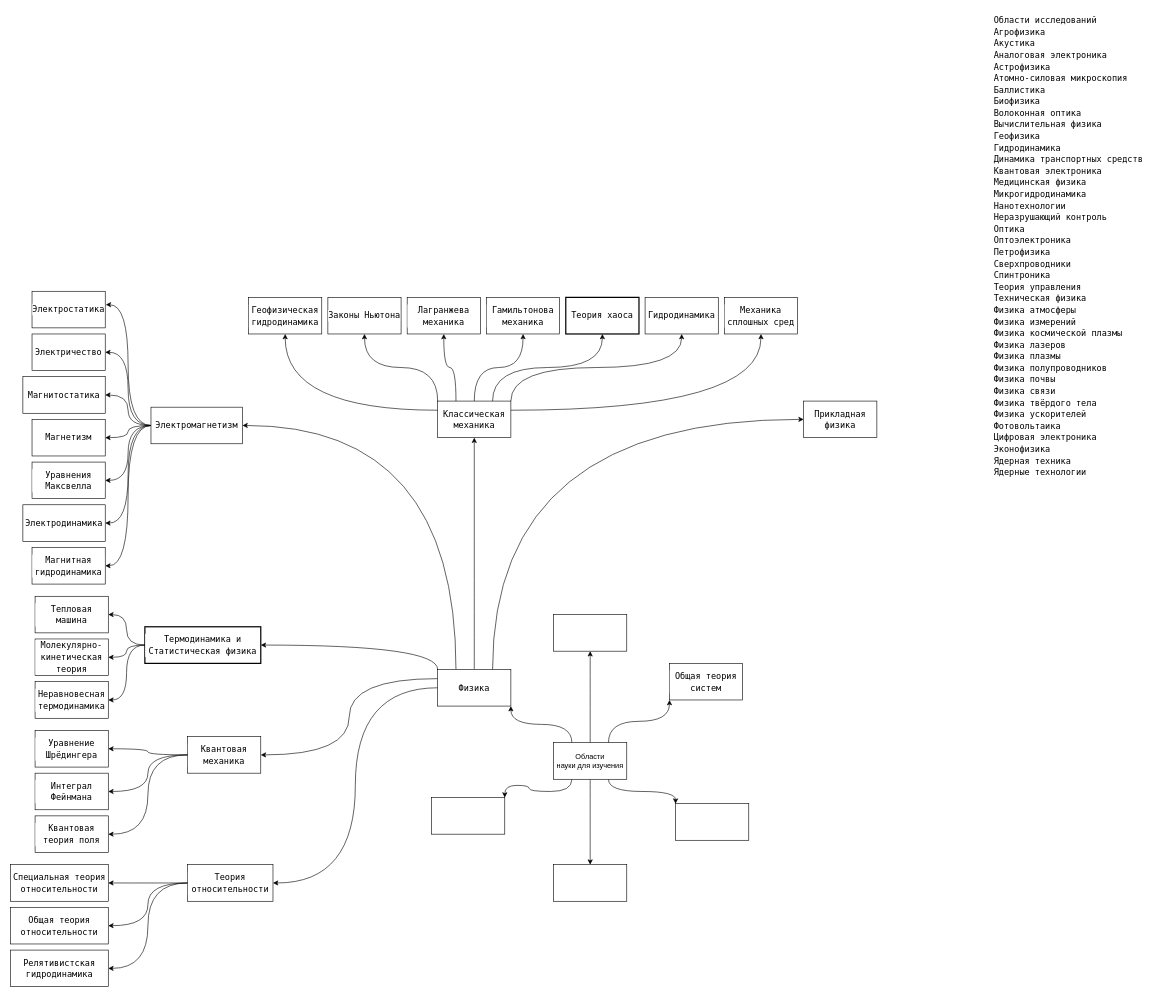
The draw.io diagram mind_map.drawio in hightemp/col_diagrams, before the edit. Source tidied: cells renumbered, new cells numbered last; positions are measured from the earlier drawing's top-left corner, leaving out a move shared by most shapes. Both pictures are drawn from the tidied source at 61%, with x=0, y=0 at pixel (10, 10).
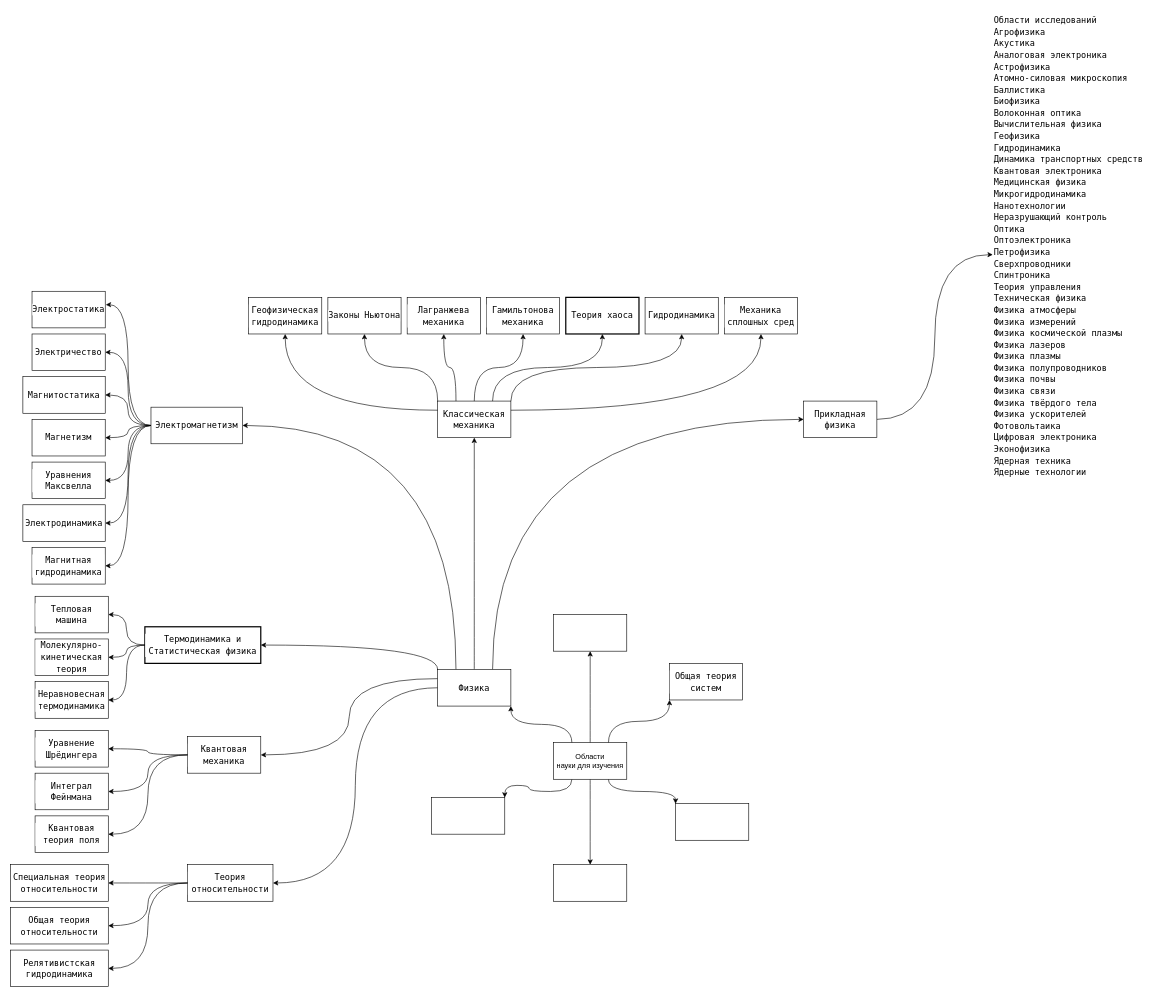
The same diagram, later.

The change refers to these unchanged cells:
```xml
<mxCell id="77" value="&lt;div style=&quot;background-color: rgb(255, 255, 255); font-family: &amp;quot;Droid Sans Mono&amp;quot;, &amp;quot;monospace&amp;quot;, monospace; font-size: 14px; line-height: 19px;&quot;&gt;Прикладная физика&lt;/div&gt;" style="rounded=0;whiteSpace=wrap;html=1;strokeWidth=1;" parent="1" vertex="1">
  <mxGeometry x="1300" y="640" width="120" height="60" as="geometry" />
</mxCell>
<mxCell id="78" value="&lt;div style=&quot;color: rgb(0, 0, 0); background-color: rgb(255, 255, 255); font-family: &amp;quot;Droid Sans Mono&amp;quot;, &amp;quot;monospace&amp;quot;, monospace; font-weight: normal; font-size: 14px; line-height: 19px;&quot;&gt;&lt;div&gt;Области исследований&lt;br&gt;&lt;/div&gt;&lt;div&gt;&lt;span style=&quot;color: #000000;&quot;&gt;        Агрофизика&lt;/span&gt;&lt;/div&gt;&lt;div&gt;&lt;span style=&quot;color: #000000;&quot;&gt;        Акустика&lt;/span&gt;&lt;/div&gt;&lt;div&gt;&lt;span style=&quot;color: #000000;&quot;&gt;        Аналоговая электроника&lt;/span&gt;&lt;/div&gt;&lt;div&gt;&lt;span style=&quot;color: #000000;&quot;&gt;        Астрофизика&lt;/span&gt;&lt;/div&gt;&lt;div&gt;&lt;span style=&quot;color: #000000;&quot;&gt;        Атомно-силовая микроскопия&lt;/span&gt;&lt;/div&gt;&lt;div&gt;&lt;span style=&quot;color: #000000;&quot;&gt;        Баллистика&lt;/span&gt;&lt;/div&gt;&lt;div&gt;&lt;span style=&quot;color: #000000;&quot;&gt;        Биофизика&lt;/span&gt;&lt;/div&gt;&lt;div&gt;&lt;span style=&quot;color: #000000;&quot;&gt;        Волоконная оптика&lt;/span&gt;&lt;/div&gt;&lt;div&gt;&lt;span style=&quot;color: #000000;&quot;&gt;        Вычислительная физика&lt;/span&gt;&lt;/div&gt;&lt;div&gt;&lt;span style=&quot;color: #000000;&quot;&gt;        Геофизика&lt;/span&gt;&lt;/div&gt;&lt;div&gt;&lt;span style=&quot;color: #000000;&quot;&gt;        Гидродинамика&lt;/span&gt;&lt;/div&gt;&lt;div&gt;&lt;span style=&quot;color: #000000;&quot;&gt;        Динамика транспортных средств&lt;/span&gt;&lt;/div&gt;&lt;div&gt;&lt;span style=&quot;color: #000000;&quot;&gt;        Квантовая электроника&lt;/span&gt;&lt;/div&gt;&lt;div&gt;&lt;span style=&quot;color: #000000;&quot;&gt;        Медицинская физика&lt;/span&gt;&lt;/div&gt;&lt;div&gt;&lt;span style=&quot;color: #000000;&quot;&gt;        Микрогидродинамика&lt;/span&gt;&lt;/div&gt;&lt;div&gt;&lt;span style=&quot;color: #000000;&quot;&gt;        Нанотехнологии&lt;/span&gt;&lt;/div&gt;&lt;div&gt;&lt;span style=&quot;color: #000000;&quot;&gt;        Неразрушающий контроль&lt;/span&gt;&lt;/div&gt;&lt;div&gt;&lt;span style=&quot;color: #000000;&quot;&gt;        Оптика&lt;/span&gt;&lt;/div&gt;&lt;div&gt;&lt;span style=&quot;color: #000000;&quot;&gt;        Оптоэлектроника&lt;/span&gt;&lt;/div&gt;&lt;div&gt;&lt;span style=&quot;color: #000000;&quot;&gt;        Петрофизика&lt;/span&gt;&lt;/div&gt;&lt;div&gt;&lt;span style=&quot;color: #000000;&quot;&gt;        Сверхпроводники&lt;/span&gt;&lt;/div&gt;&lt;div&gt;&lt;span style=&quot;color: #000000;&quot;&gt;        Спинтроника&lt;/span&gt;&lt;/div&gt;&lt;div&gt;&lt;span style=&quot;color: #000000;&quot;&gt;        Теория управления&lt;/span&gt;&lt;/div&gt;&lt;div&gt;&lt;span style=&quot;color: #000000;&quot;&gt;        Техническая физика&lt;/span&gt;&lt;/div&gt;&lt;div&gt;&lt;span style=&quot;color: #000000;&quot;&gt;        Физика атмосферы&lt;/span&gt;&lt;/div&gt;&lt;div&gt;&lt;span style=&quot;color: #000000;&quot;&gt;        Физика измерений&lt;/span&gt;&lt;/div&gt;&lt;div&gt;&lt;span style=&quot;color: #000000;&quot;&gt;        Физика космической плазмы&lt;/span&gt;&lt;/div&gt;&lt;div&gt;&lt;span style=&quot;color: #000000;&quot;&gt;        Физика лазеров&lt;/span&gt;&lt;/div&gt;&lt;div&gt;&lt;span style=&quot;color: #000000;&quot;&gt;        Физика плазмы&lt;/span&gt;&lt;/div&gt;&lt;div&gt;&lt;span style=&quot;color: #000000;&quot;&gt;        Физика полупроводников&lt;/span&gt;&lt;/div&gt;&lt;div&gt;&lt;span style=&quot;color: #000000;&quot;&gt;        Физика почвы&lt;/span&gt;&lt;/div&gt;&lt;div&gt;&lt;span style=&quot;color: #000000;&quot;&gt;        Физика связи&lt;/span&gt;&lt;/div&gt;&lt;div&gt;&lt;span style=&quot;color: #000000;&quot;&gt;        Физика твёрдого тела&lt;/span&gt;&lt;/div&gt;&lt;div&gt;&lt;span style=&quot;color: #000000;&quot;&gt;        Физика ускорителей&lt;/span&gt;&lt;/div&gt;&lt;div&gt;&lt;span style=&quot;color: #000000;&quot;&gt;        Фотовольтаика&lt;/span&gt;&lt;/div&gt;&lt;div&gt;&lt;span style=&quot;color: #000000;&quot;&gt;        Цифровая электроника&lt;/span&gt;&lt;/div&gt;&lt;div&gt;&lt;span style=&quot;color: #000000;&quot;&gt;        Эконофизика&lt;/span&gt;&lt;/div&gt;&lt;div&gt;&lt;span style=&quot;color: #000000;&quot;&gt;        Ядерная техника&lt;/span&gt;&lt;/div&gt;&lt;div&gt;&lt;span style=&quot;color: #000000;&quot;&gt;        Ядерные технологии&lt;/span&gt;&lt;/div&gt;&lt;/div&gt;" style="text;whiteSpace=wrap;html=1;" parent="1" vertex="1">
  <mxGeometry x="1610" width="280" height="800" as="geometry" />
</mxCell>
```

The edit, as a diff of the source:
```diff
@@
+    <mxCell id="79" style="edgeStyle=orthogonalEdgeStyle;curved=1;rounded=0;jettySize=auto;html=1;exitX=1;exitY=0.5;exitDx=0;exitDy=0;" parent="1" edge="1" source="77" target="78">
+      <mxGeometry relative="1" as="geometry" />
+    </mxCell>
```
